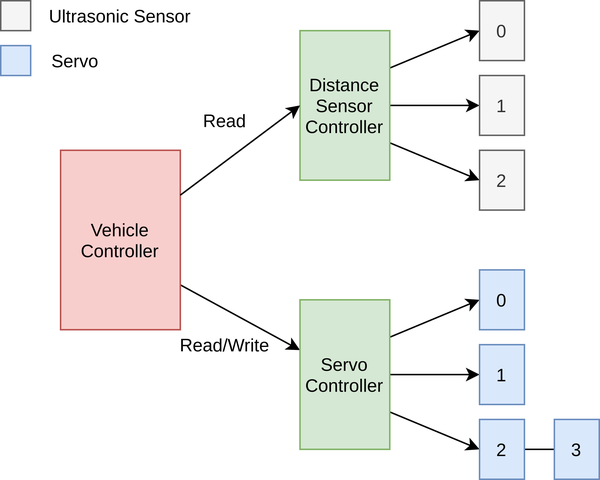
Earlier version of the draw.io export docs/report/img/system-architecture.png (Stykk-Gruppen/rts-project). Source tidied: cells renumbered, new cells last; positions are measured from the earlier drawing's top-left corner, leaving out a move shared by most shapes.
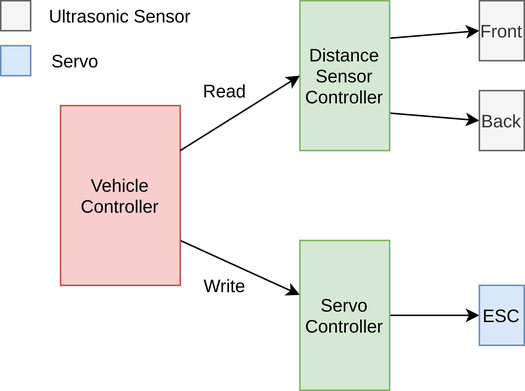
Later version of the same file.

The edit, as a diff of the source:
```diff
@@ -8,74 +8,50 @@
     <mxCell id="3" value="Vehicle Controller" style="rounded=0;whiteSpace=wrap;html=1;fillColor=#f8cecc;strokeColor=#b85450;" parent="1" vertex="1">
       <mxGeometry x="40" y="100" width="80" height="120" as="geometry" />
     </mxCell>
-    <mxCell id="4" style="rounded=0;jettySize=auto;html=1;exitX=1;exitY=0.25;exitDx=0;exitDy=0;entryX=0;entryY=0.5;entryDx=0;entryDy=0;" parent="1" edge="1" source="7" target="12">
-      <mxGeometry relative="1" as="geometry" />
-    </mxCell>
-    <mxCell id="5" style="edgeStyle=orthogonalEdgeStyle;rounded=0;jettySize=auto;html=1;exitX=1;exitY=0.5;exitDx=0;exitDy=0;entryX=0;entryY=0.5;entryDx=0;entryDy=0;" parent="1" edge="1" source="7" target="13">
-      <mxGeometry relative="1" as="geometry" />
-    </mxCell>
-    <mxCell id="6" style="rounded=0;jettySize=auto;html=1;exitX=1;exitY=0.75;exitDx=0;exitDy=0;entryX=0;entryY=0.5;entryDx=0;entryDy=0;" parent="1" edge="1" source="7" target="14">
-      <mxGeometry relative="1" as="geometry" />
-    </mxCell>
+    <mxCell id="27" style="rounded=0;jettySize=auto;html=1;exitX=1;exitY=0.25;exitDx=0;exitDy=0;entryX=0;entryY=0.5;entryDx=0;entryDy=0;" parent="1" edge="1" source="7" target="30">
+      <mxGeometry relative="1" as="geometry" />
+    </mxCell>
+    <mxCell id="28" style="rounded=0;jettySize=auto;html=1;exitX=1;exitY=0.75;exitDx=0;exitDy=0;entryX=0;entryY=0.5;entryDx=0;entryDy=0;" parent="1" edge="1" source="7" target="31">
+      <mxGeometry relative="1" as="geometry" />
+    </mxCell>
     <mxCell id="7" value="Distance Sensor Controller" style="rounded=0;whiteSpace=wrap;html=1;fillColor=#d5e8d4;strokeColor=#82b366;" parent="1" vertex="1">
-      <mxGeometry x="200" y="20" width="60" height="100" as="geometry" />
+      <mxGeometry x="200" y="30" width="60" height="100" as="geometry" />
     </mxCell>
-    <mxCell id="8" style="edgeStyle=none;rounded=0;jettySize=auto;html=1;exitX=1;exitY=0.25;exitDx=0;exitDy=0;entryX=0;entryY=0.5;entryDx=0;entryDy=0;endArrow=classic;endFill=1;" parent="1" edge="1" source="11" target="16">
-      <mxGeometry relative="1" as="geometry" />
-    </mxCell>
-    <mxCell id="9" style="edgeStyle=none;rounded=0;jettySize=auto;html=1;exitX=1;exitY=0.5;exitDx=0;exitDy=0;entryX=0;entryY=0.5;entryDx=0;entryDy=0;endArrow=classic;endFill=1;" parent="1" edge="1" source="11" target="19">
-      <mxGeometry relative="1" as="geometry" />
-    </mxCell>
-    <mxCell id="10" style="edgeStyle=none;rounded=0;jettySize=auto;html=1;exitX=1;exitY=0.75;exitDx=0;exitDy=0;entryX=0;entryY=0.5;entryDx=0;entryDy=0;endArrow=classic;endFill=1;" parent="1" edge="1" source="11" target="18">
-      <mxGeometry relative="1" as="geometry" />
-    </mxCell>
+    <mxCell id="29" style="edgeStyle=none;rounded=0;jettySize=auto;html=1;exitX=1;exitY=0.5;exitDx=0;exitDy=0;entryX=0;entryY=0.5;entryDx=0;entryDy=0;endArrow=classic;endFill=1;" parent="1" edge="1" source="11" target="32">
+      <mxGeometry relative="1" as="geometry" />
+    </mxCell>
     <mxCell id="11" value="Servo Controller" style="rounded=0;whiteSpace=wrap;html=1;fillColor=#d5e8d4;strokeColor=#82b366;" parent="1" vertex="1">
-      <mxGeometry x="200" y="200" width="60" height="100" as="geometry" />
+      <mxGeometry x="200" y="190" width="60" height="100" as="geometry" />
     </mxCell>
-    <mxCell id="12" value="0" style="rounded=0;whiteSpace=wrap;html=1;fillColor=#f5f5f5;strokeColor=#666666;fontColor=#333333;" parent="1" vertex="1">
-      <mxGeometry x="320" width="30" height="40" as="geometry" />
-    </mxCell>
-    <mxCell id="13" value="1" style="rounded=0;whiteSpace=wrap;html=1;fillColor=#f5f5f5;strokeColor=#666666;fontColor=#333333;" parent="1" vertex="1">
-      <mxGeometry x="320" y="50" width="30" height="40" as="geometry" />
-    </mxCell>
-    <mxCell id="14" value="2" style="rounded=0;whiteSpace=wrap;html=1;fillColor=#f5f5f5;strokeColor=#666666;fontColor=#333333;" parent="1" vertex="1">
-      <mxGeometry x="320" y="100" width="30" height="40" as="geometry" />
-    </mxCell>
+    <mxCell id="30" value="Front" style="rounded=0;whiteSpace=wrap;html=1;fillColor=#f5f5f5;strokeColor=#666666;fontColor=#333333;" parent="1" vertex="1">
+      <mxGeometry x="320" y="30" width="30" height="40" as="geometry" />
+    </mxCell>
+    <mxCell id="31" value="Back" style="rounded=0;whiteSpace=wrap;html=1;fillColor=#f5f5f5;strokeColor=#666666;fontColor=#333333;" parent="1" vertex="1">
+      <mxGeometry x="320" y="90" width="30" height="40" as="geometry" />
+    </mxCell>
     <mxCell id="15" style="endArrow=classic;html=1;entryX=0;entryY=0.5;entryDx=0;entryDy=0;exitX=1;exitY=0.25;exitDx=0;exitDy=0;" parent="1" edge="1" source="3" target="7">
       <mxGeometry relative="1" as="geometry" />
     </mxCell>
-    <mxCell id="16" value="0" style="rounded=0;whiteSpace=wrap;html=1;fillColor=#dae8fc;strokeColor=#6c8ebf;" parent="1" vertex="1">
-      <mxGeometry x="320" y="180" width="30" height="40" as="geometry" />
-    </mxCell>
-    <mxCell id="17" style="edgeStyle=none;rounded=0;jettySize=auto;html=1;exitX=1;exitY=0.5;exitDx=0;exitDy=0;entryX=0;entryY=0.5;entryDx=0;entryDy=0;endArrow=none;endFill=0;" parent="1" edge="1" source="18" target="20">
-      <mxGeometry relative="1" as="geometry" />
-    </mxCell>
-    <mxCell id="18" value="2" style="rounded=0;whiteSpace=wrap;html=1;fillColor=#dae8fc;strokeColor=#6c8ebf;" parent="1" vertex="1">
-      <mxGeometry x="320" y="280" width="30" height="40" as="geometry" />
-    </mxCell>
-    <mxCell id="19" value="1" style="rounded=0;whiteSpace=wrap;html=1;fillColor=#dae8fc;strokeColor=#6c8ebf;" parent="1" vertex="1">
-      <mxGeometry x="320" y="230" width="30" height="40" as="geometry" />
-    </mxCell>
-    <mxCell id="20" value="3" style="rounded=0;whiteSpace=wrap;html=1;fillColor=#dae8fc;strokeColor=#6c8ebf;" parent="1" vertex="1">
-      <mxGeometry x="370" y="280" width="30" height="40" as="geometry" />
-    </mxCell>
-    <mxCell id="21" style="rounded=0;whiteSpace=wrap;html=1;fillColor=#f5f5f5;strokeColor=#666666;fontColor=#333333;" parent="1" vertex="1">
-      <mxGeometry width="20" height="20" as="geometry" />
-    </mxCell>
-    <mxCell id="22" style="rounded=0;whiteSpace=wrap;html=1;fillColor=#dae8fc;strokeColor=#6c8ebf;" parent="1" vertex="1">
-      <mxGeometry y="30" width="20" height="20" as="geometry" />
-    </mxCell>
+    <mxCell id="32" value="ESC" style="rounded=0;whiteSpace=wrap;html=1;fillColor=#dae8fc;strokeColor=#6c8ebf;" parent="1" vertex="1">
+      <mxGeometry x="320" y="220" width="30" height="40" as="geometry" />
+    </mxCell>
+    <mxCell id="33" style="rounded=0;whiteSpace=wrap;html=1;fillColor=#f5f5f5;strokeColor=#666666;fontColor=#333333;" parent="1" vertex="1">
+      <mxGeometry y="30" width="20" height="20" as="geometry" />
+    </mxCell>
+    <mxCell id="34" style="rounded=0;whiteSpace=wrap;html=1;fillColor=#dae8fc;strokeColor=#6c8ebf;" parent="1" vertex="1">
+      <mxGeometry y="60" width="20" height="20" as="geometry" />
+    </mxCell>
     <mxCell id="23" value="Ultrasonic Sensor" style="text;html=1;strokeColor=none;fillColor=none;align=center;verticalAlign=middle;whiteSpace=wrap;rounded=0;" parent="1" vertex="1">
-      <mxGeometry x="30" width="100" height="20" as="geometry" />
+      <mxGeometry x="30" y="30" width="100" height="20" as="geometry" />
     </mxCell>
     <mxCell id="24" value="Servo" style="text;html=1;strokeColor=none;fillColor=none;align=center;verticalAlign=middle;whiteSpace=wrap;rounded=0;" parent="1" vertex="1">
-      <mxGeometry x="30" y="30" width="40" height="20" as="geometry" />
+      <mxGeometry x="30" y="60" width="40" height="20" as="geometry" />
     </mxCell>
     <mxCell id="25" value="Read" style="text;html=1;strokeColor=none;fillColor=none;align=center;verticalAlign=middle;whiteSpace=wrap;rounded=0;" parent="1" vertex="1">
-      <mxGeometry x="120" y="70" width="60" height="20" as="geometry" />
+      <mxGeometry x="120" y="80" width="60" height="20" as="geometry" />
     </mxCell>
-    <mxCell id="26" value="Read/Write" style="text;html=1;strokeColor=none;fillColor=none;align=center;verticalAlign=middle;whiteSpace=wrap;rounded=0;" parent="1" vertex="1">
-      <mxGeometry x="120" y="220" width="60" height="20" as="geometry" />
-    </mxCell>
+    <mxCell id="35" value="Write" style="text;html=1;strokeColor=none;fillColor=none;align=center;verticalAlign=middle;whiteSpace=wrap;rounded=0;" parent="1" vertex="1">
+      <mxGeometry x="120" y="210" width="60" height="20" as="geometry" />
+    </mxCell>
   </root>
 </mxGraphModel>
```
